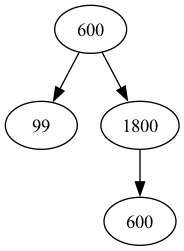
The Graphviz diagram grafica_arbol.png in Edwinhndz/201807124_EDD_Proyecto, before a commit. Its source is kept beside it as grafica_arbol.dot. The source it was exported from:
```dot
digraph G {
P12345678[label ="600"];
P12345678->P98765432;
P98765432[label ="99"];
P12345678[label ="600"];
P12345678->P48495051;
P48495051[label ="1800"];
P48495051[label ="1800"];
P48495051->P52535455;
P52535455[label ="600"];
 }
```
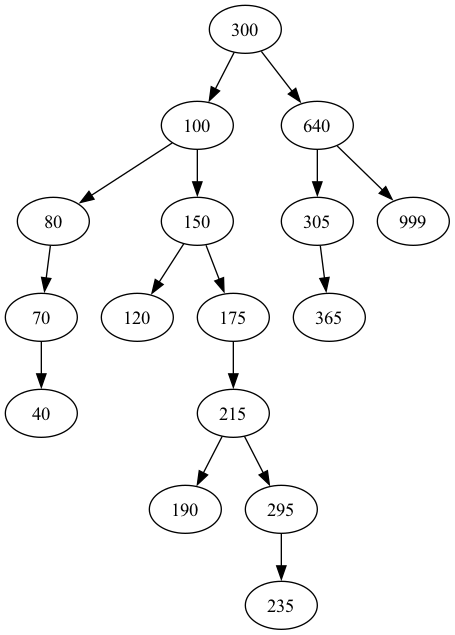
Later version of the same file.

What changed in the source:
```diff
@@ -1,11 +1,47 @@
 digraph G {
-P12345678[label ="600"];
-P12345678->P98765432;
-P98765432[label ="99"];
-P12345678[label ="600"];
-P12345678->P48495051;
-P48495051[label ="1800"];
-P48495051[label ="1800"];
-P48495051->P52535455;
-P52535455[label ="600"];
+X10000123[label ="300"];
+X10000123->X20000123;
+X20000123[label ="100"];
+X20000123[label ="100"];
+X20000123->X60000123;
+X60000123[label ="80"];
+X60000123[label ="80"];
+X60000123->X90000123;
+X90000123[label ="70"];
+X90000123[label ="70"];
+X90000123->X05000123;
+X05000123[label ="40"];
+X20000123[label ="100"];
+X20000123->X30000123;
+X30000123[label ="150"];
+X30000123[label ="150"];
+X30000123->X04000123;
+X04000123[label ="120"];
+X30000123[label ="150"];
+X30000123->X50000123;
+X50000123[label ="175"];
+X50000123[label ="175"];
+X50000123->X70000123;
+X70000123[label ="215"];
+X70000123[label ="215"];
+X70000123->X03000123;
+X03000123[label ="190"];
+X70000123[label ="215"];
+X70000123->X80000123;
+X80000123[label ="295"];
+X80000123[label ="295"];
+X80000123->X01000123;
+X01000123[label ="235"];
+X10000123[label ="300"];
+X10000123->X40000123;
+X40000123[label ="640"];
+X40000123[label ="640"];
+X40000123->X02000123;
+X02000123[label ="305"];
+X02000123[label ="305"];
+X02000123->X06000123;
+X06000123[label ="365"];
+X40000123[label ="640"];
+X40000123->X07000123;
+X07000123[label ="999"];
  }
```
